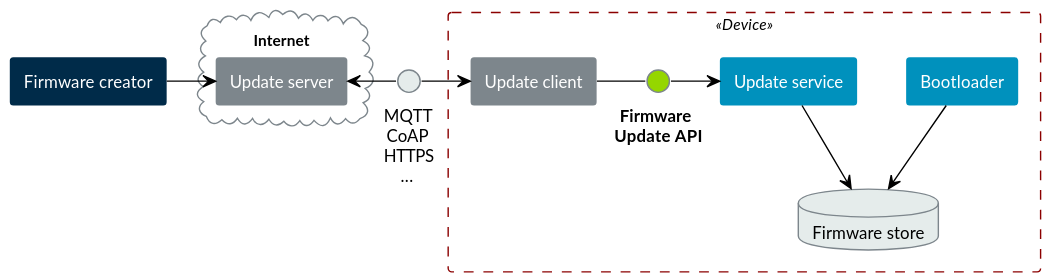
Before: doc/fwu/figure/intro/fwu-api.svg, a diagram exported from PlantUML (ARM-software/psa-api). Its source is kept beside it as doc/fwu/figure/intro/fwu-api.puml. Source of this version:
```plantuml
@startuml

!include atg-spec.pumh
!include atg-dataflow.pumh

skinparam RectangleborderThickness 0
skinparam RectanglefontColor white
skinparam DatabaseBorderColor #ArmMidGray
skinparam InterfaceBorderColor #ArmMidGray

rectangle "Firmware creator" as creator #ArmDarkBlue
cloud Internet {
    rectangle "Update server" as server #ArmMidGray
}
interface "MQTT\n CoAP\nHTTPS\n      ..." as tls #ArmLightGray

dfd_tb("Device ") {
    rectangle "Update client" as client #ArmMidGray
    interface "**  Firmware**\n**Update API**" as api  #ArmGreen
    rectangle "Update service" as service #ArmMidBlue
    database "Firmware store" as store #ArmLightGray
    rectangle "Bootloader" as bootloader #ArmMidBlue
}

creator -> server
tls -left-> server
tls -right-> client
client - api
api -> service
service --> store
service -[hidden]right-> bootloader
bootloader --> store

@enduml
```
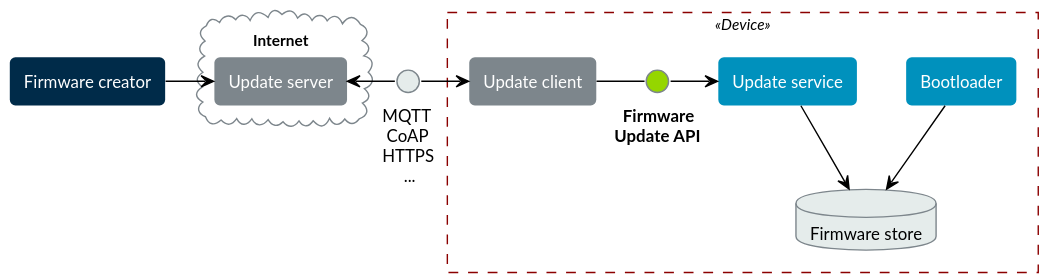
The same diagram one commit later.

What changed in the source:
```diff
@@ -12,11 +12,11 @@
 cloud Internet {
     rectangle "Update server" as server #ArmMidGray
 }
-interface "MQTT\n CoAP\nHTTPS\n      ..." as tls #ArmLightGray
+interface "MQTT\n CoAP\nHTTPS\n     ..." as tls #ArmLightGray
 
 dfd_tb("Device ") {
     rectangle "Update client" as client #ArmMidGray
-    interface "**  Firmware**\n**Update API**" as api  #ArmGreen
+    interface "  **Firmware**\n**Update API**" as api  #ArmGreen
     rectangle "Update service" as service #ArmMidBlue
     database "Firmware store" as store #ArmLightGray
     rectangle "Bootloader" as bootloader #ArmMidBlue
```
